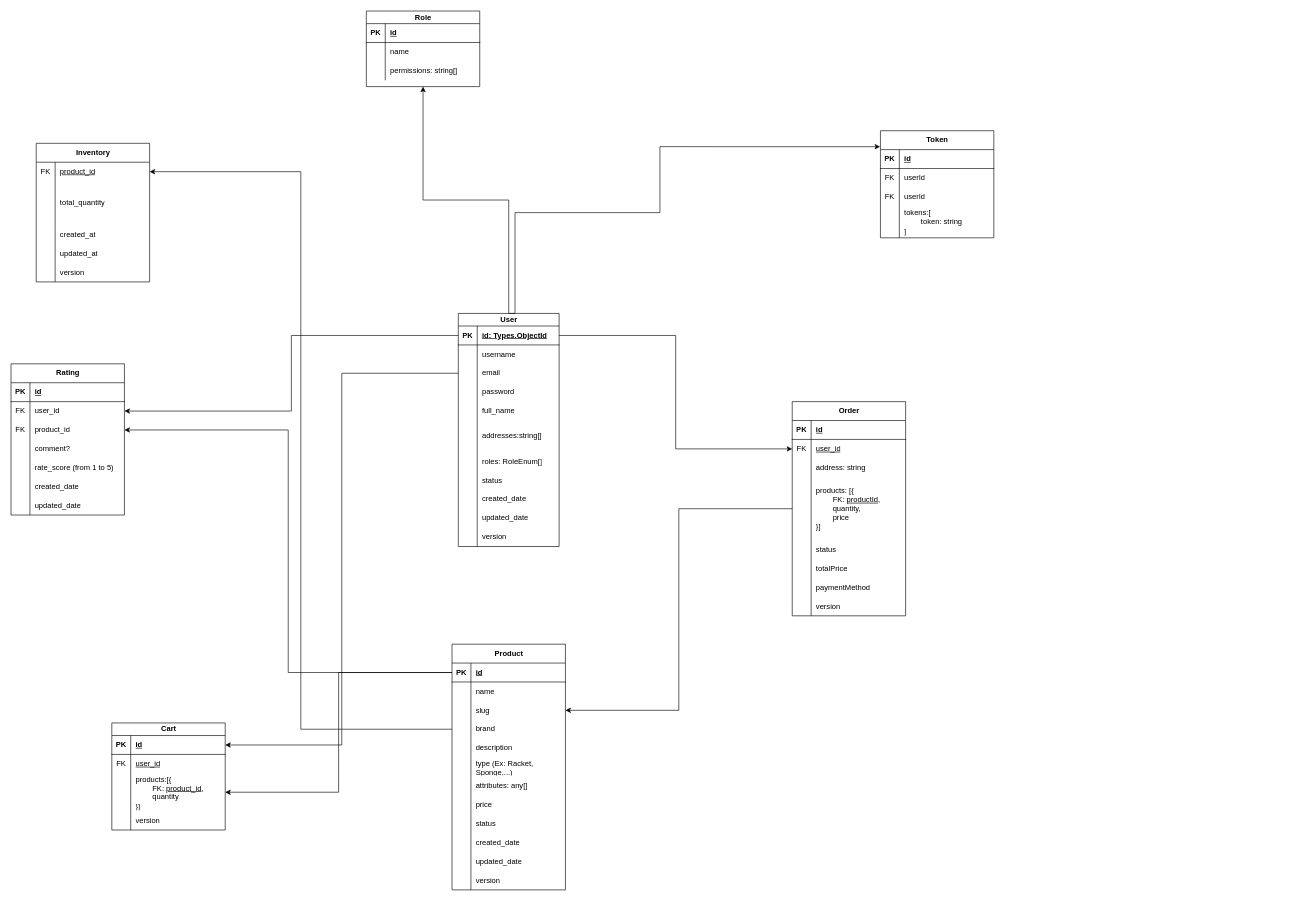
The draw.io diagram Document/ClassDiagram.drawio in n0aHVN/TableTennisShop, before the edit. Source tidied: cells renumbered, new cells numbered last; positions are measured from the earlier drawing's top-left corner, leaving out a move shared by most shapes. Both pictures are drawn from the tidied source at 63%, with x=0, y=0 at pixel (11, 11).
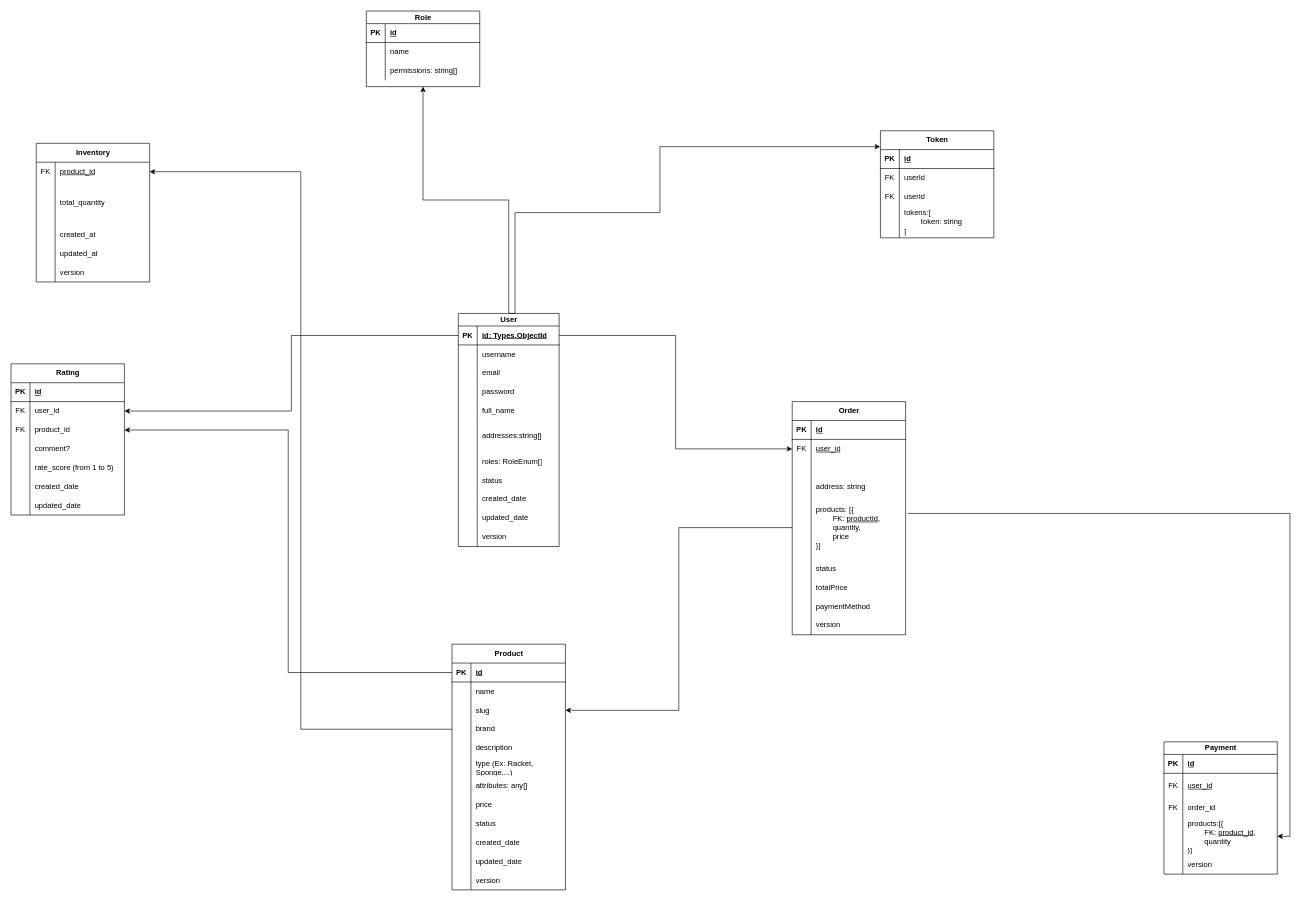
Above is the later version.

The change refers to these unchanged cells:
```xml
<mxCell id="25" style="shape=tableRow;horizontal=0;startSize=0;swimlaneHead=0;swimlaneBody=0;fillColor=none;points=[[0,0.5],[1,0.5]];portConstraint=eastwest;top=0;left=0;right=0;bottom=1;" parent="24" vertex="1">
  <mxGeometry y="30" width="180" height="30" as="geometry" />
</mxCell>
<mxCell id="69" style="shape=tableRow;horizontal=0;startSize=0;swimlaneHead=0;swimlaneBody=0;fillColor=none;points=[[0,0.5],[1,0.5]];portConstraint=eastwest;top=0;left=0;right=0;bottom=0;" parent="62" vertex="1">
  <mxGeometry y="80" width="160" height="30" as="geometry" />
</mxCell>
<mxCell id="97" style="shape=tableRow;horizontal=0;startSize=0;swimlaneHead=0;swimlaneBody=0;fillColor=none;points=[[0,0.5],[1,0.5]];portConstraint=eastwest;top=0;left=0;right=0;bottom=1;" parent="96" vertex="1">
  <mxGeometry y="20" width="180" height="30" as="geometry" />
</mxCell>
```

Diff of the diagram source:
```diff
@@
-    <mxCell id="96" value="Cart" style="shape=table;startSize=20;childLayout=tableLayout;rowLines=0;fontStyle=1;align=center;html=1;" parent="1" vertex="1">
-      <mxGeometry x="160" y="1130" width="180" height="170" as="geometry" />
+    <mxCell id="96" value="Payment" style="shape=table;startSize=20;childLayout=tableLayout;rowLines=0;fontStyle=1;align=center;html=1;" parent="1" vertex="1">
+      <mxGeometry x="1830" y="1160" width="180" height="210" as="geometry" />
     </mxCell>
@@
     <mxCell id="100" style="shape=tableRow;horizontal=0;startSize=0;swimlaneHead=0;swimlaneBody=0;fillColor=none;top=0;left=0;right=0;bottom=0;" parent="96" vertex="1">
-      <mxGeometry y="50" width="180" height="30" as="geometry" />
+      <mxGeometry y="50" width="180" height="40" as="geometry" />
     </mxCell>
     <mxCell id="101" value="FK" style="shape=partialRectangle;fillColor=none;top=0;left=0;bottom=0;right=0;overflow=hidden;whiteSpace=wrap;html=1;" parent="100" vertex="1">
-      <mxGeometry width="30" height="30" as="geometry" />
+      <mxGeometry width="30" height="40" as="geometry" />
     </mxCell>
     <mxCell id="102" value="&lt;u&gt;user_id&lt;/u&gt;" style="shape=partialRectangle;fillColor=none;top=0;left=0;bottom=0;right=0;align=left;spacingLeft=6;overflow=hidden;whiteSpace=wrap;html=1;" parent="100" vertex="1">
-      <mxGeometry x="30" width="150" height="30" as="geometry" />
+      <mxGeometry x="30" width="150" height="40" as="geometry" />
     </mxCell>
+    <mxCell id="181" style="shape=tableRow;horizontal=0;startSize=0;swimlaneHead=0;swimlaneBody=0;fillColor=none;top=0;left=0;right=0;bottom=0;" parent="96" vertex="1">
+      <mxGeometry y="90" width="180" height="30" as="geometry" />
+    </mxCell>
+    <mxCell id="182" value="FK" style="shape=partialRectangle;fillColor=none;top=0;left=0;bottom=0;right=0;overflow=hidden;whiteSpace=wrap;html=1;" parent="181" vertex="1">
+      <mxGeometry width="30" height="30" as="geometry" />
+    </mxCell>
+    <mxCell id="183" value="order_id" style="shape=partialRectangle;fillColor=none;top=0;left=0;bottom=0;right=0;align=left;spacingLeft=6;overflow=hidden;whiteSpace=wrap;html=1;" parent="181" vertex="1">
+      <mxGeometry x="30" width="150" height="30" as="geometry" />
+    </mxCell>
     <mxCell id="103" style="shape=tableRow;horizontal=0;startSize=0;swimlaneHead=0;swimlaneBody=0;fillColor=none;points=[[0,0.5],[1,0.5]];portConstraint=eastwest;top=0;left=0;right=0;bottom=0;" parent="96" vertex="1">
-      <mxGeometry y="80" width="180" height="60" as="geometry" />
+      <mxGeometry y="120" width="180" height="60" as="geometry" />
     </mxCell>
@@
     <mxCell id="106" style="shape=tableRow;horizontal=0;startSize=0;swimlaneHead=0;swimlaneBody=0;fillColor=none;top=0;left=0;right=0;bottom=0;" parent="96" vertex="1">
-      <mxGeometry y="140" width="180" height="30" as="geometry" />
+      <mxGeometry y="180" width="180" height="30" as="geometry" />
     </mxCell>
@@
-    <mxCell id="112" style="edgeStyle=orthogonalEdgeStyle;rounded=0;jettySize=auto;html=1;exitX=0;exitY=0.5;exitDx=0;exitDy=0;entryX=1;entryY=0.5;entryDx=0;entryDy=0;" parent="1" edge="1" source="25" target="103">
+    <mxCell id="112" style="edgeStyle=orthogonalEdgeStyle;rounded=0;jettySize=auto;html=1;entryX=1;entryY=0.5;entryDx=0;entryDy=0;exitX=1.021;exitY=0.275;exitDx=0;exitDy=0;exitPerimeter=0;" parent="1" edge="1" source="138" target="103">
       <mxGeometry relative="1" as="geometry" />
     </mxCell>
-    <mxCell id="113" style="edgeStyle=orthogonalEdgeStyle;rounded=0;jettySize=auto;html=1;exitX=0;exitY=0.5;exitDx=0;exitDy=0;entryX=1;entryY=0.5;entryDx=0;entryDy=0;" parent="1" edge="1" source="69" target="97">
-      <mxGeometry relative="1" as="geometry" />
-    </mxCell>
@@
     <mxCell id="128" value="Order" style="shape=table;startSize=30;childLayout=tableLayout;rowLines=0;fontStyle=1;align=center;html=1;" parent="1" vertex="1">
-      <mxGeometry x="1240" y="620" width="180" height="340" as="geometry" />
+      <mxGeometry x="1240" y="620" width="180" height="370" as="geometry" />
     </mxCell>
@@
+    <mxCell id="184" style="shape=tableRow;horizontal=0;startSize=0;swimlaneHead=0;swimlaneBody=0;fillColor=none;top=0;left=0;right=0;bottom=0;" parent="128" vertex="1">
+      <mxGeometry y="90" width="180" height="30" as="geometry" />
+    </mxCell>
+    <mxCell id="185" style="shape=partialRectangle;fillColor=none;top=0;left=0;bottom=0;right=0;overflow=hidden;whiteSpace=wrap;html=1;" parent="184" vertex="1">
+      <mxGeometry width="30" height="30" as="geometry" />
+    </mxCell>
+    <mxCell id="186" style="shape=partialRectangle;fillColor=none;top=0;left=0;bottom=0;right=0;align=left;spacingLeft=6;overflow=hidden;whiteSpace=wrap;html=1;" parent="184" vertex="1">
+      <mxGeometry x="30" width="150" height="30" as="geometry" />
+    </mxCell>
     <mxCell id="135" style="shape=tableRow;horizontal=0;startSize=0;swimlaneHead=0;swimlaneBody=0;fillColor=none;top=0;left=0;right=0;bottom=0;" parent="128" vertex="1">
-      <mxGeometry y="90" width="180" height="30" as="geometry" />
+      <mxGeometry y="120" width="180" height="30" as="geometry" />
     </mxCell>
@@
     <mxCell id="138" style="shape=tableRow;horizontal=0;startSize=0;swimlaneHead=0;swimlaneBody=0;fillColor=none;points=[[0,0.5],[1,0.5]];portConstraint=eastwest;top=0;left=0;right=0;bottom=0;" parent="128" vertex="1">
-      <mxGeometry y="120" width="180" height="100" as="geometry" />
+      <mxGeometry y="150" width="180" height="100" as="geometry" />
     </mxCell>
@@
     <mxCell id="141" style="shape=tableRow;horizontal=0;startSize=0;swimlaneHead=0;swimlaneBody=0;fillColor=none;top=0;left=0;right=0;bottom=0;" parent="128" vertex="1">
-      <mxGeometry y="220" width="180" height="30" as="geometry" />
+      <mxGeometry y="250" width="180" height="30" as="geometry" />
     </mxCell>
@@
     <mxCell id="144" style="shape=tableRow;horizontal=0;startSize=0;swimlaneHead=0;swimlaneBody=0;fillColor=none;top=0;left=0;right=0;bottom=0;" parent="128" vertex="1">
-      <mxGeometry y="250" width="180" height="30" as="geometry" />
+      <mxGeometry y="280" width="180" height="30" as="geometry" />
     </mxCell>
@@
     <mxCell id="147" style="shape=tableRow;horizontal=0;startSize=0;swimlaneHead=0;swimlaneBody=0;fillColor=none;top=0;left=0;right=0;bottom=0;" parent="128" vertex="1">
-      <mxGeometry y="280" width="180" height="30" as="geometry" />
+      <mxGeometry y="310" width="180" height="30" as="geometry" />
     </mxCell>
@@
     <mxCell id="150" style="shape=tableRow;horizontal=0;startSize=0;swimlaneHead=0;swimlaneBody=0;fillColor=none;top=0;left=0;right=0;bottom=0;" parent="128" vertex="1">
-      <mxGeometry y="310" width="180" height="30" as="geometry" />
+      <mxGeometry y="340" width="180" height="30" as="geometry" />
     </mxCell>
```
